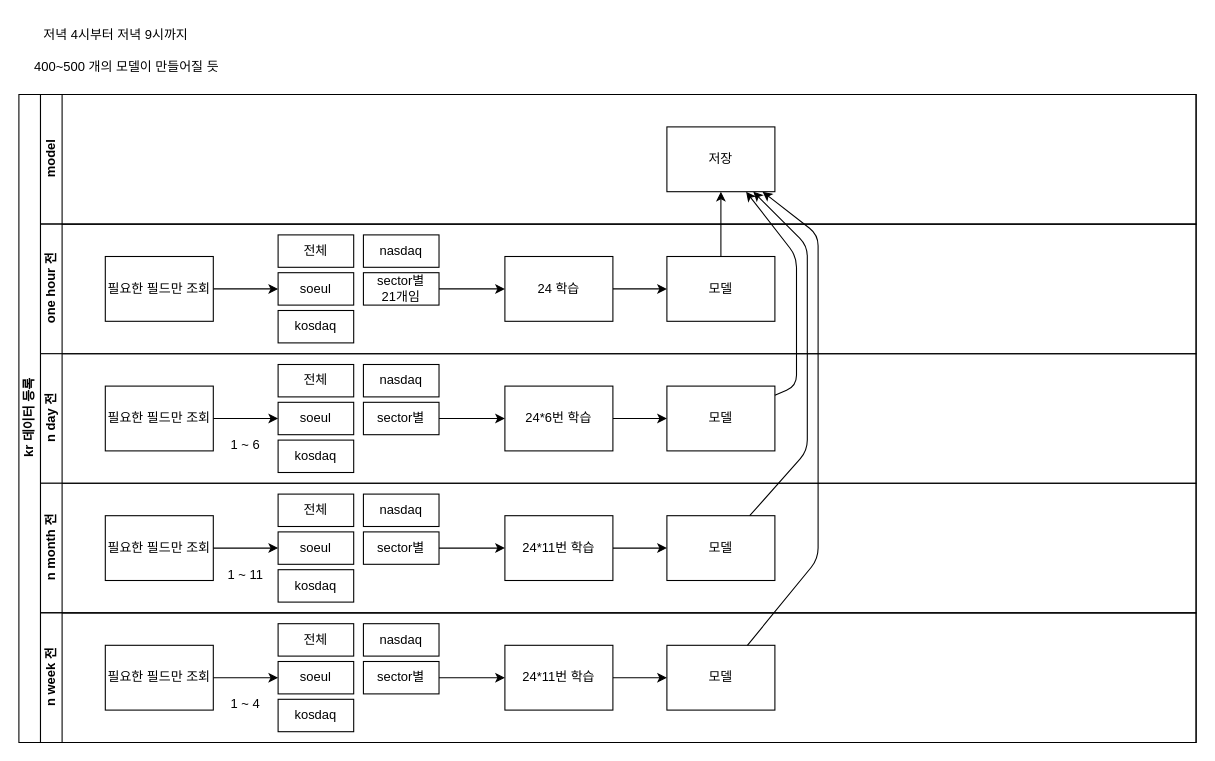
inpiniti/stock_server keeps this draw.io diagram as drawio/학습.drawio. Above is the earlier version. Source tidied: cells renumbered, new cells numbered last; positions are measured from the earlier drawing's top-left corner, leaving out a move shared by most shapes. Both pictures are drawn from the tidied source at 108%, with x=0, y=0 at pixel (18, 18).
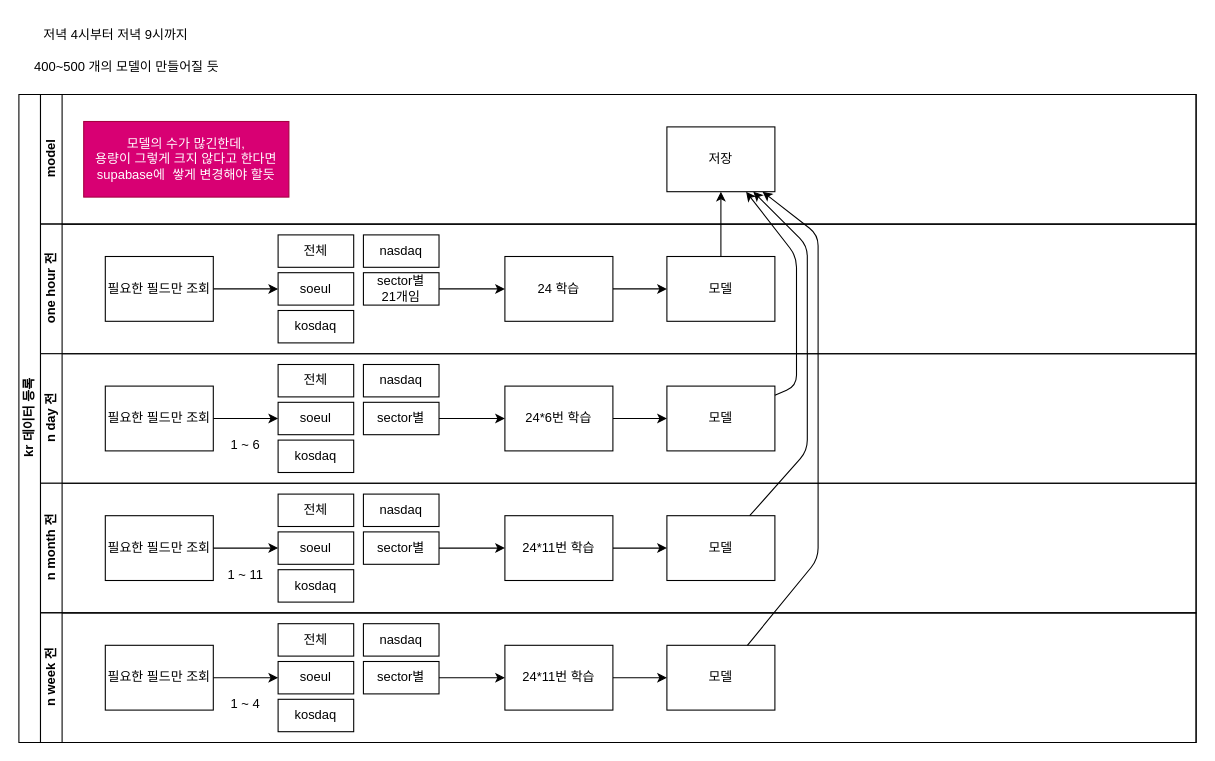
After the change.

Unchanged cells that the change refers to:
```xml
<mxCell id="3" value="model" style="swimlane;html=1;startSize=20;horizontal=0;" parent="2" vertex="1">
  <mxGeometry x="20" width="1070" height="120" as="geometry" />
</mxCell>
```

Change to the diagram source:
```diff
@@
+    <mxCell id="62" value="모델의 수가 많긴한데,&lt;br&gt;용량이 그렇게 크지 않다고 한다면 supabase에&amp;nbsp; 쌓게 변경해야 할듯" style="text;html=1;strokeColor=#A50040;fillColor=#d80073;align=center;verticalAlign=middle;whiteSpace=wrap;rounded=0;fontColor=#ffffff;" parent="3" vertex="1">
+      <mxGeometry x="40" y="25" width="190" height="70" as="geometry" />
+    </mxCell>
```
